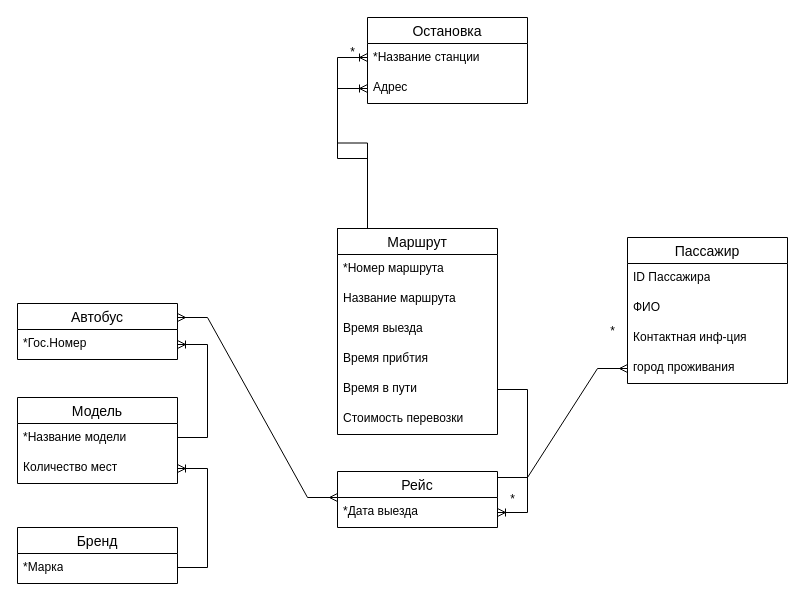
Above: page "Страница — 1" (1 of 2) of doc/er.drawio in IlyaSevastyanov/WorkSite (draw.io), before the change. Source tidied: cells renumbered, new cells numbered last; positions are measured from the earlier drawing's top-left corner, leaving out a move shared by most shapes. Both pictures are drawn from the tidied source at 100%, with x=0, y=0 at pixel (17, 17).
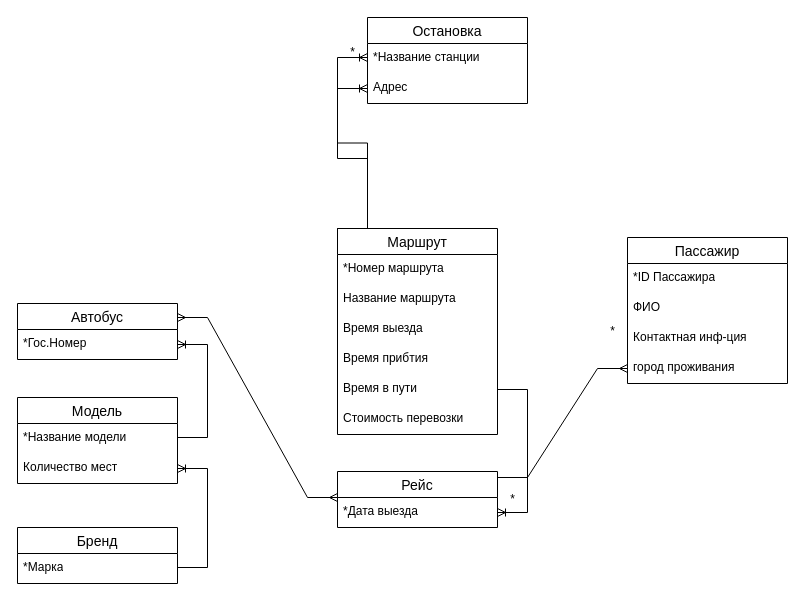
After the change.

The change refers to these unchanged cells:
```xml
<mxCell id="21" value="Пассажир" style="swimlane;fontStyle=0;horizontal=1;startSize=26;align=center;fontSize=14;" parent="1" vertex="1">
  <mxGeometry x="610" y="220" width="160" height="146" as="geometry" />
</mxCell>
```

The edit, as a diff of the source:
```diff
@@
-    <mxCell id="22" value="ID Пассажира" style="text;strokeColor=none;fillColor=none;spacingLeft=4;spacingRight=4;overflow=hidden;fontSize=12;whiteSpace=wrap;html=1;" parent="21" vertex="1">
+    <mxCell id="22" value="*ID Пассажира" style="text;strokeColor=none;fillColor=none;spacingLeft=4;spacingRight=4;overflow=hidden;fontSize=12;whiteSpace=wrap;html=1;" parent="21" vertex="1">
       <mxGeometry y="26" width="160" height="30" as="geometry" />
     </mxCell>
```
